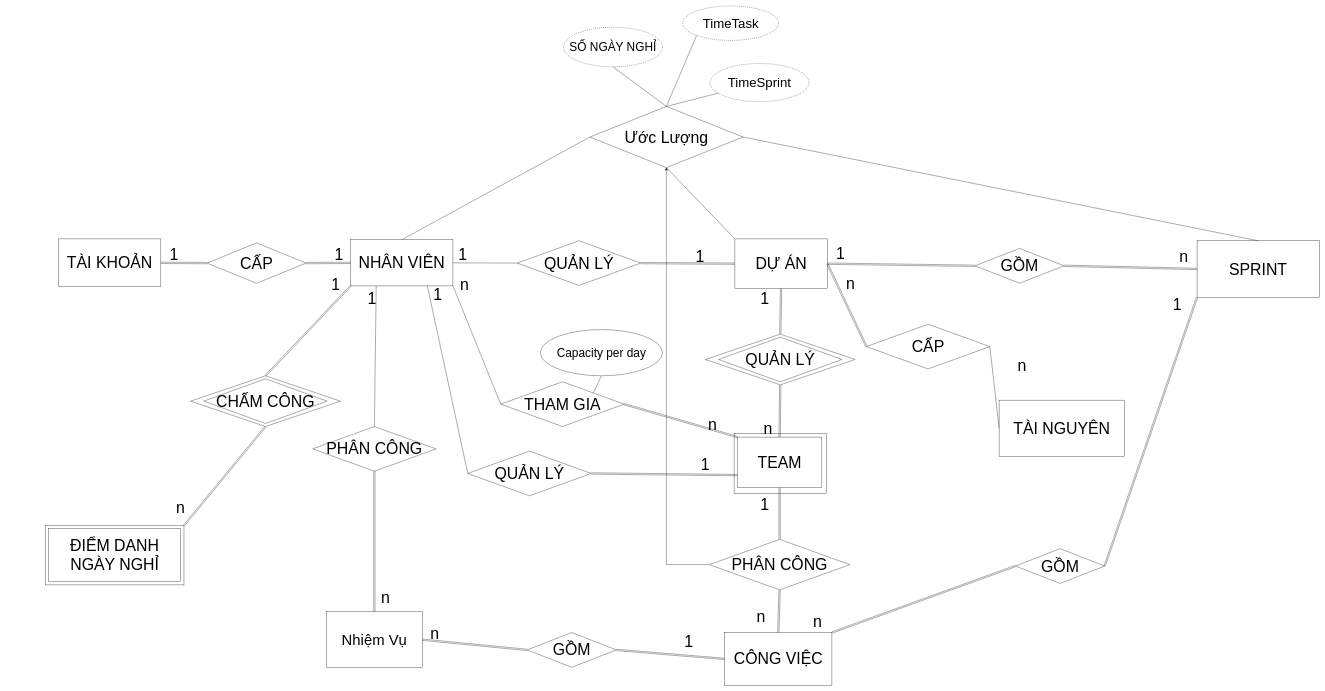
The draw.io diagram page "Mối Kết Hợp" (1 of 2) of model/Relation_ERD.drawio in Narius2030/Project-Management-App, before the edit. Source tidied: cells renumbered, new cells numbered last; positions are measured from the earlier drawing's top-left corner, leaving out a move shared by most shapes. Both pictures are drawn from the tidied source at 33%, with x=0, y=0 at pixel (45, 6).
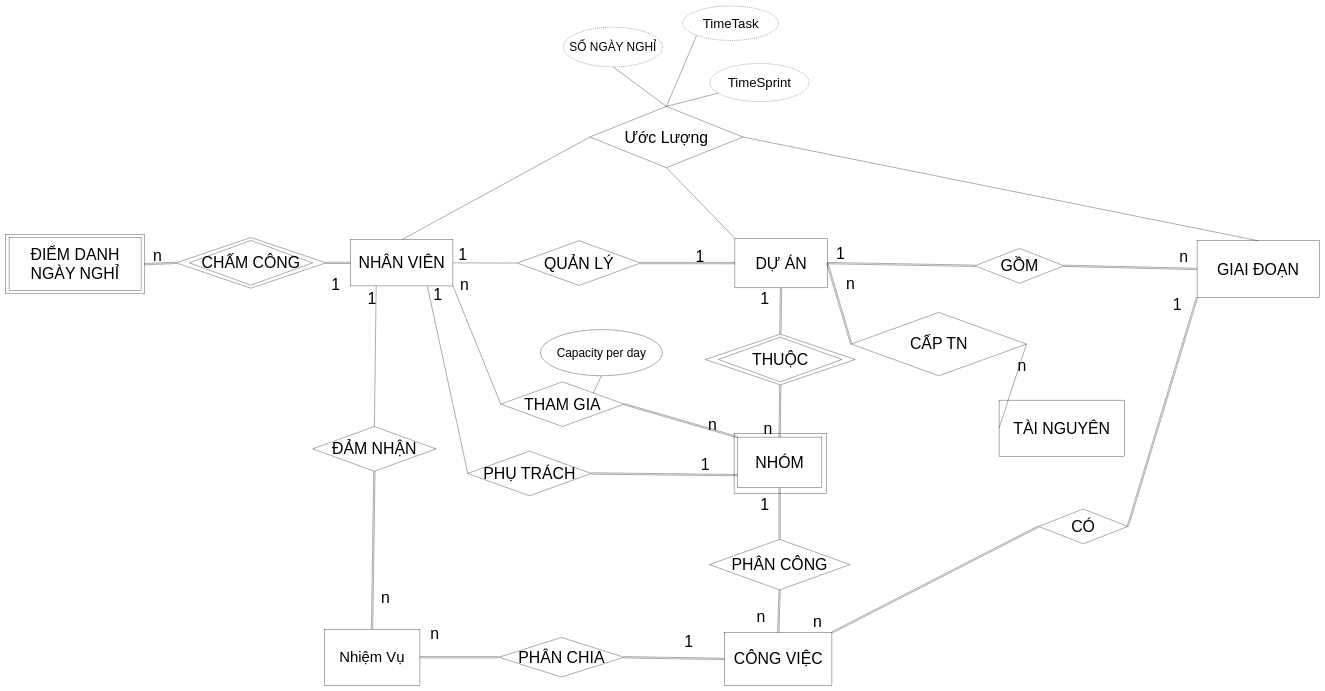
The same page after the edit.

Unchanged cells that the change refers to:
```xml
<mxCell id="3" value="&lt;font style=&quot;font-size: 48px;&quot;&gt;NHÂN VIÊN&lt;/font&gt;" style="rounded=0;whiteSpace=wrap;html=1;" parent="1" vertex="1">
  <mxGeometry x="925" y="708" width="310" height="140" as="geometry" />
</mxCell>
<mxCell id="7" style="group;rounded=0;strokeColor=default;fontFamily=Helvetica;fontSize=12;fontColor=default;fillColor=default;html=1;" parent="1" vertex="1">
  <mxGeometry x="2087" y="1296" width="280" height="180" as="geometry" />
</mxCell>
<mxCell id="26" style="group;" parent="1" vertex="1">
  <mxGeometry x="2000" y="994" width="454" height="153.8" as="geometry" />
</mxCell>
<mxCell id="35" style="rounded=0;whiteSpace=wrap;html=1;" parent="34" vertex="1">
  <mxGeometry x="-220" y="-70" width="420" height="180" as="geometry" />
</mxCell>
<mxCell id="45" value="&lt;span style=&quot;font-size: 48px;&quot;&gt;PHÂN CÔNG&lt;/span&gt;" style="rhombus;whiteSpace=wrap;html=1;" parent="1" vertex="1">
  <mxGeometry x="2012" y="1616" width="426" height="153" as="geometry" />
</mxCell>
<mxCell id="64" style="rhombus;whiteSpace=wrap;html=1;" parent="63" vertex="1">
  <mxGeometry width="454" height="153.8" as="geometry" />
</mxCell>
<mxCell id="82" value="&lt;span style=&quot;font-size: 48px;&quot;&gt;Ước Lượng&lt;/span&gt;" style="rhombus;whiteSpace=wrap;html=1;" parent="1" vertex="1">
  <mxGeometry x="1650" y="304" width="464" height="185.5" as="geometry" />
</mxCell>
```

The edit, as a diff of the source:
```diff
@@
-    <mxCell id="2" value="&lt;font style=&quot;font-size: 48px;&quot;&gt;TÀI KHOẢN&lt;/font&gt;" style="rounded=0;whiteSpace=wrap;html=1;" parent="1" vertex="1">
-      <mxGeometry x="40" y="705.5" width="310" height="145" as="geometry" />
-    </mxCell>
@@
     <mxCell id="4" style="group;fontSize=35;fontStyle=0;" parent="1" vertex="1">
-      <mxGeometry x="852" y="1835" width="290" height="170" as="geometry" />
+      <mxGeometry x="845" y="1888.2" width="290" height="170" as="geometry" />
     </mxCell>
@@
     <mxCell id="6" value="&lt;font style=&quot;font-size: 48px;&quot;&gt;DỰ ÁN&lt;/font&gt;" style="rounded=0;whiteSpace=wrap;html=1;" parent="1" vertex="1">
-      <mxGeometry x="2089.5" y="705.5" width="280" height="150" as="geometry" />
+      <mxGeometry x="2089.5" y="703.8" width="280" height="150" as="geometry" />
     </mxCell>
@@
-    <mxCell id="8" value="&lt;font style=&quot;font-size: 48px;&quot;&gt;TEAM&lt;/font&gt;" style="rounded=0;whiteSpace=wrap;html=1;strokeColor=default;fontFamily=Helvetica;fontSize=12;fontColor=default;fillColor=default;" parent="7" vertex="1">
+    <mxCell id="8" value="&lt;font style=&quot;font-size: 48px;&quot;&gt;NHÓM&lt;/font&gt;" style="rounded=0;whiteSpace=wrap;html=1;strokeColor=default;fontFamily=Helvetica;fontSize=12;fontColor=default;fillColor=default;" parent="7" vertex="1">
       <mxGeometry x="10" y="10" width="256" height="153.6" as="geometry" />
     </mxCell>
@@
-    <mxCell id="11" value="&lt;font style=&quot;font-size: 48px;&quot;&gt;CẤP&lt;/font&gt;" style="rhombus;whiteSpace=wrap;html=1;" parent="1" vertex="1">
-      <mxGeometry x="490" y="717.5" width="300" height="122.5" as="geometry" />
-    </mxCell>
-    <mxCell id="12" value="&lt;span style=&quot;font-size: 48px;&quot;&gt;1&lt;/span&gt;" style="text;html=1;strokeColor=none;fillColor=none;align=center;verticalAlign=middle;whiteSpace=wrap;rounded=0;" parent="1" vertex="1">
-      <mxGeometry x="360" y="737" width="60" height="30" as="geometry" />
-    </mxCell>
-    <mxCell id="13" value="&lt;span style=&quot;font-size: 48px;&quot;&gt;1&lt;/span&gt;" style="text;html=1;strokeColor=none;fillColor=none;align=center;verticalAlign=middle;whiteSpace=wrap;rounded=0;" parent="1" vertex="1">
-      <mxGeometry x="860" y="737" width="60" height="30" as="geometry" />
-    </mxCell>
-    <mxCell id="14" style="shape=link;html=1;rounded=0;exitX=1;exitY=0.5;exitDx=0;exitDy=0;entryX=0;entryY=0.5;entryDx=0;entryDy=0;" parent="1" edge="1" source="2" target="11">
-      <mxGeometry relative="1" as="geometry" />
-    </mxCell>
-    <mxCell id="15" style="shape=link;html=1;rounded=0;exitX=1;exitY=0.5;exitDx=0;exitDy=0;entryX=0;entryY=0.5;entryDx=0;entryDy=0;" parent="1" edge="1" source="11" target="3">
-      <mxGeometry relative="1" as="geometry" />
-    </mxCell>
@@
-    <mxCell id="21" value="&lt;span style=&quot;font-size: 48px;&quot;&gt;CẤP&lt;/span&gt;" style="rhombus;whiteSpace=wrap;html=1;" parent="1" vertex="1">
-      <mxGeometry x="2488" y="964" width="374" height="135.5" as="geometry" />
+    <mxCell id="21" value="&lt;span style=&quot;font-size: 48px;&quot;&gt;CẤP TN&lt;/span&gt;" style="rhombus;whiteSpace=wrap;html=1;" parent="1" vertex="1">
+      <mxGeometry x="2442" y="928.2" width="531" height="192" as="geometry" />
     </mxCell>
@@
-    <mxCell id="28" value="&lt;span style=&quot;font-size: 48px;&quot;&gt;QUẢN LÝ&lt;/span&gt;" style="rhombus;whiteSpace=wrap;html=1;" parent="26" vertex="1">
+    <mxCell id="28" value="&lt;span style=&quot;font-size: 48px;&quot;&gt;THUỘC&lt;/span&gt;" style="rhombus;whiteSpace=wrap;html=1;" parent="26" vertex="1">
       <mxGeometry x="40" y="9.1" width="374" height="135.5" as="geometry" />
     </mxCell>
@@
-    <mxCell id="33" value="&lt;span style=&quot;font-size: 48px;&quot;&gt;SPRINT&lt;/span&gt;" style="rounded=0;whiteSpace=wrap;html=1;" parent="1" vertex="1">
+    <mxCell id="33" value="&lt;span style=&quot;font-size: 48px;&quot;&gt;GIAI ĐOẠN&lt;/span&gt;" style="rounded=0;whiteSpace=wrap;html=1;" parent="1" vertex="1">
       <mxGeometry x="3490" y="711" width="370" height="171" as="geometry" />
     </mxCell>
     <mxCell id="34" style="group;" parent="1" vertex="1">
-      <mxGeometry x="220" y="1644" width="200" height="110" as="geometry" />
+      <mxGeometry x="100" y="762" width="200" height="110" as="geometry" />
     </mxCell>
@@
-    <mxCell id="44" style="edgeStyle=orthogonalEdgeStyle;rounded=0;jettySize=auto;html=1;fontSize=40;exitX=0;exitY=0.5;exitDx=0;exitDy=0;" parent="1" edge="1" source="45" target="82">
-      <mxGeometry relative="1" as="geometry" />
-    </mxCell>
@@
-    <mxCell id="50" value="&lt;span style=&quot;font-size: 48px;&quot;&gt;GỒM&lt;/span&gt;" style="rhombus;whiteSpace=wrap;html=1;" parent="1" vertex="1">
-      <mxGeometry x="2940" y="1644" width="270" height="105.5" as="geometry" />
+    <mxCell id="50" value="&lt;span style=&quot;font-size: 48px;&quot;&gt;CÓ&lt;/span&gt;" style="rhombus;whiteSpace=wrap;html=1;" parent="1" vertex="1">
+      <mxGeometry x="3010" y="1524" width="270" height="105.5" as="geometry" />
     </mxCell>
@@
-    <mxCell id="55" value="&lt;span style=&quot;font-size: 48px;&quot;&gt;GỒM&lt;/span&gt;" style="rhombus;whiteSpace=wrap;html=1;" parent="1" vertex="1">
-      <mxGeometry x="1460" y="1898.2" width="270" height="105.5" as="geometry" />
+    <mxCell id="55" value="&lt;span style=&quot;font-size: 48px;&quot;&gt;PHÂN CHIA&lt;/span&gt;" style="rhombus;whiteSpace=wrap;html=1;" parent="1" vertex="1">
+      <mxGeometry x="1374" y="1913.2" width="380" height="120" as="geometry" />
     </mxCell>
@@
-    <mxCell id="58" value="&lt;span style=&quot;font-size: 48px;&quot;&gt;PHÂN CÔNG&lt;/span&gt;" style="rhombus;whiteSpace=wrap;html=1;" parent="1" vertex="1">
+    <mxCell id="58" value="&lt;span style=&quot;font-size: 48px;&quot;&gt;ĐẢM NHẬN&lt;/span&gt;" style="rhombus;whiteSpace=wrap;html=1;" parent="1" vertex="1">
       <mxGeometry x="810" y="1274" width="374" height="135.5" as="geometry" />
     </mxCell>
@@
     <mxCell id="63" style="group;" parent="1" vertex="1">
-      <mxGeometry x="440" y="1120.2" width="454" height="153.8" as="geometry" />
+      <mxGeometry x="396" y="701.1" width="454" height="153.8" as="geometry" />
     </mxCell>
@@
-    <mxCell id="66" style="shape=link;html=1;rounded=0;entryX=0;entryY=1;entryDx=0;entryDy=0;exitX=0.5;exitY=0;exitDx=0;exitDy=0;" parent="1" edge="1" source="64" target="3">
+    <mxCell id="66" style="shape=link;html=1;rounded=0;entryX=0;entryY=0.5;entryDx=0;entryDy=0;exitX=1;exitY=0.5;exitDx=0;exitDy=0;" parent="1" edge="1" source="64" target="3">
       <mxGeometry relative="1" as="geometry" />
     </mxCell>
-    <mxCell id="67" style="shape=link;html=1;rounded=0;entryX=1;entryY=0;entryDx=0;entryDy=0;exitX=0.5;exitY=1;exitDx=0;exitDy=0;" parent="1" edge="1" source="64" target="35">
+    <mxCell id="67" style="shape=link;html=1;rounded=0;entryX=1;entryY=0.5;entryDx=0;entryDy=0;exitX=0;exitY=0.5;exitDx=0;exitDy=0;" parent="1" edge="1" source="64" target="35">
       <mxGeometry relative="1" as="geometry" />
     </mxCell>
     <mxCell id="68" value="&lt;span style=&quot;font-size: 48px;&quot;&gt;n&lt;/span&gt;" style="text;html=1;strokeColor=none;fillColor=none;align=center;verticalAlign=middle;whiteSpace=wrap;rounded=0;" parent="1" vertex="1">
-      <mxGeometry x="380" y="1504" width="60" height="30" as="geometry" />
+      <mxGeometry x="310" y="739.8" width="60" height="30" as="geometry" />
     </mxCell>
@@
-    <mxCell id="70" value="&lt;span style=&quot;font-size: 48px;&quot;&gt;QUẢN LÝ&lt;/span&gt;" style="rhombus;whiteSpace=wrap;html=1;" parent="1" vertex="1">
+    <mxCell id="70" value="&lt;span style=&quot;font-size: 48px;&quot;&gt;PHỤ TRÁCH&lt;/span&gt;" style="rhombus;whiteSpace=wrap;html=1;" parent="1" vertex="1">
       <mxGeometry x="1280" y="1348.5" width="374" height="135.5" as="geometry" />
     </mxCell>
```
